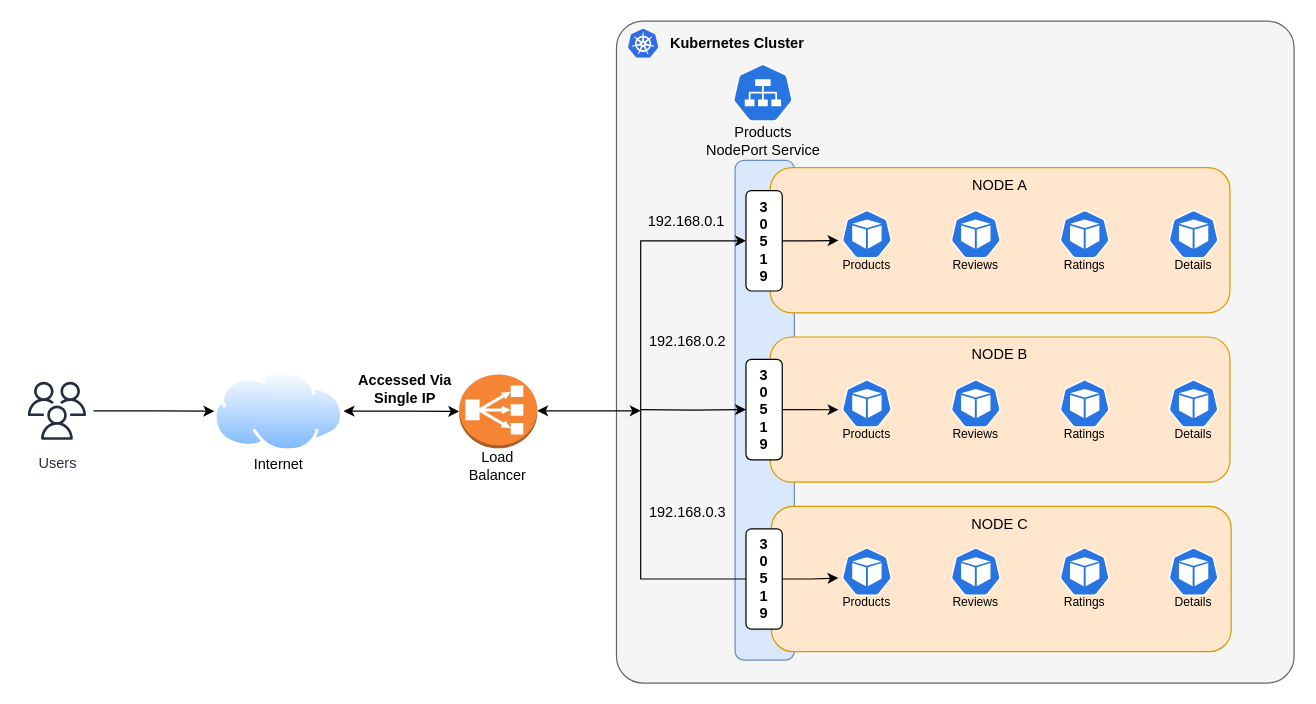
sharadregoti/sharadregoti.github.io keeps this draw.io diagram as page "load-balancer" (5 of 8) of images/2022-06-24-01-explained-kubernetes-services-ingress/kubernetes-services.drawio. Above is the earlier version. Source tidied: cells renumbered, new cells numbered last; positions are measured from the earlier drawing's top-left corner, leaving out a move shared by most shapes. Both pictures are drawn from the tidied source at 121%, with x=0, y=0 at pixel (21, 21).
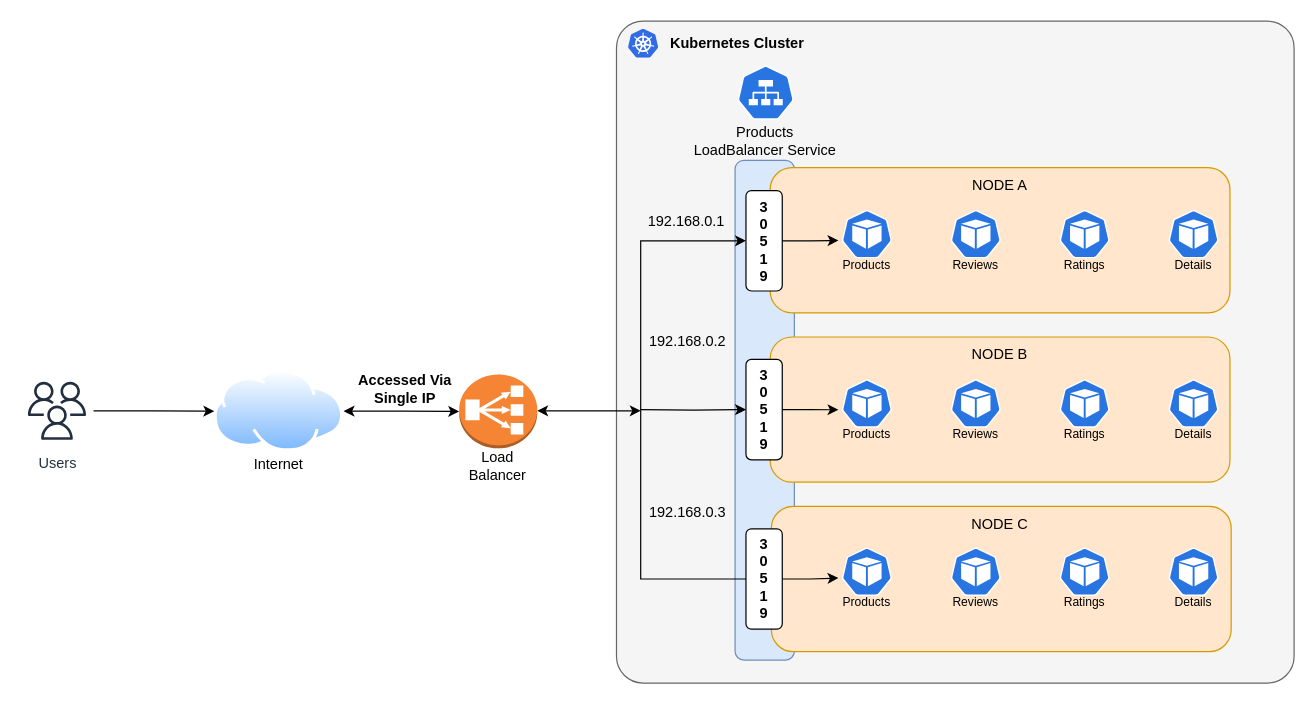
The same diagram, later.

What changed in the source:
```diff
@@
     <mxCell id="65" style="group;" parent="1" vertex="1">
-      <mxGeometry x="588" y="34.7" width="60" height="79.3" as="geometry" />
+      <mxGeometry x="592" y="34.7" width="100" height="79.3" as="geometry" />
     </mxCell>
     <mxCell id="66" style="sketch=0;html=1;dashed=0;whitespace=wrap;fillColor=#2875E2;strokeColor=#ffffff;shape=mxgraph.kubernetes.icon;prIcon=svc;" parent="65" vertex="1">
-      <mxGeometry width="50" height="48.8" as="geometry" />
+      <mxGeometry width="46.7" height="48.8" as="geometry" />
     </mxCell>
-    <mxCell id="67" value="Products&lt;br&gt;NodePort Service" style="text;html=1;strokeColor=none;fillColor=none;align=center;verticalAlign=middle;whiteSpace=wrap;rounded=0;fontSize=12;" parent="65" vertex="1">
-      <mxGeometry x="-27.5" y="48.8" width="105" height="30.5" as="geometry" />
+    <mxCell id="67" value="Products&lt;br&gt;LoadBalancer Service" style="text;html=1;strokeColor=none;fillColor=none;align=center;verticalAlign=middle;whiteSpace=wrap;rounded=0;fontSize=12;" parent="65" vertex="1">
+      <mxGeometry x="-40.5" y="48.8" width="125.7" height="30.5" as="geometry" />
     </mxCell>
```
